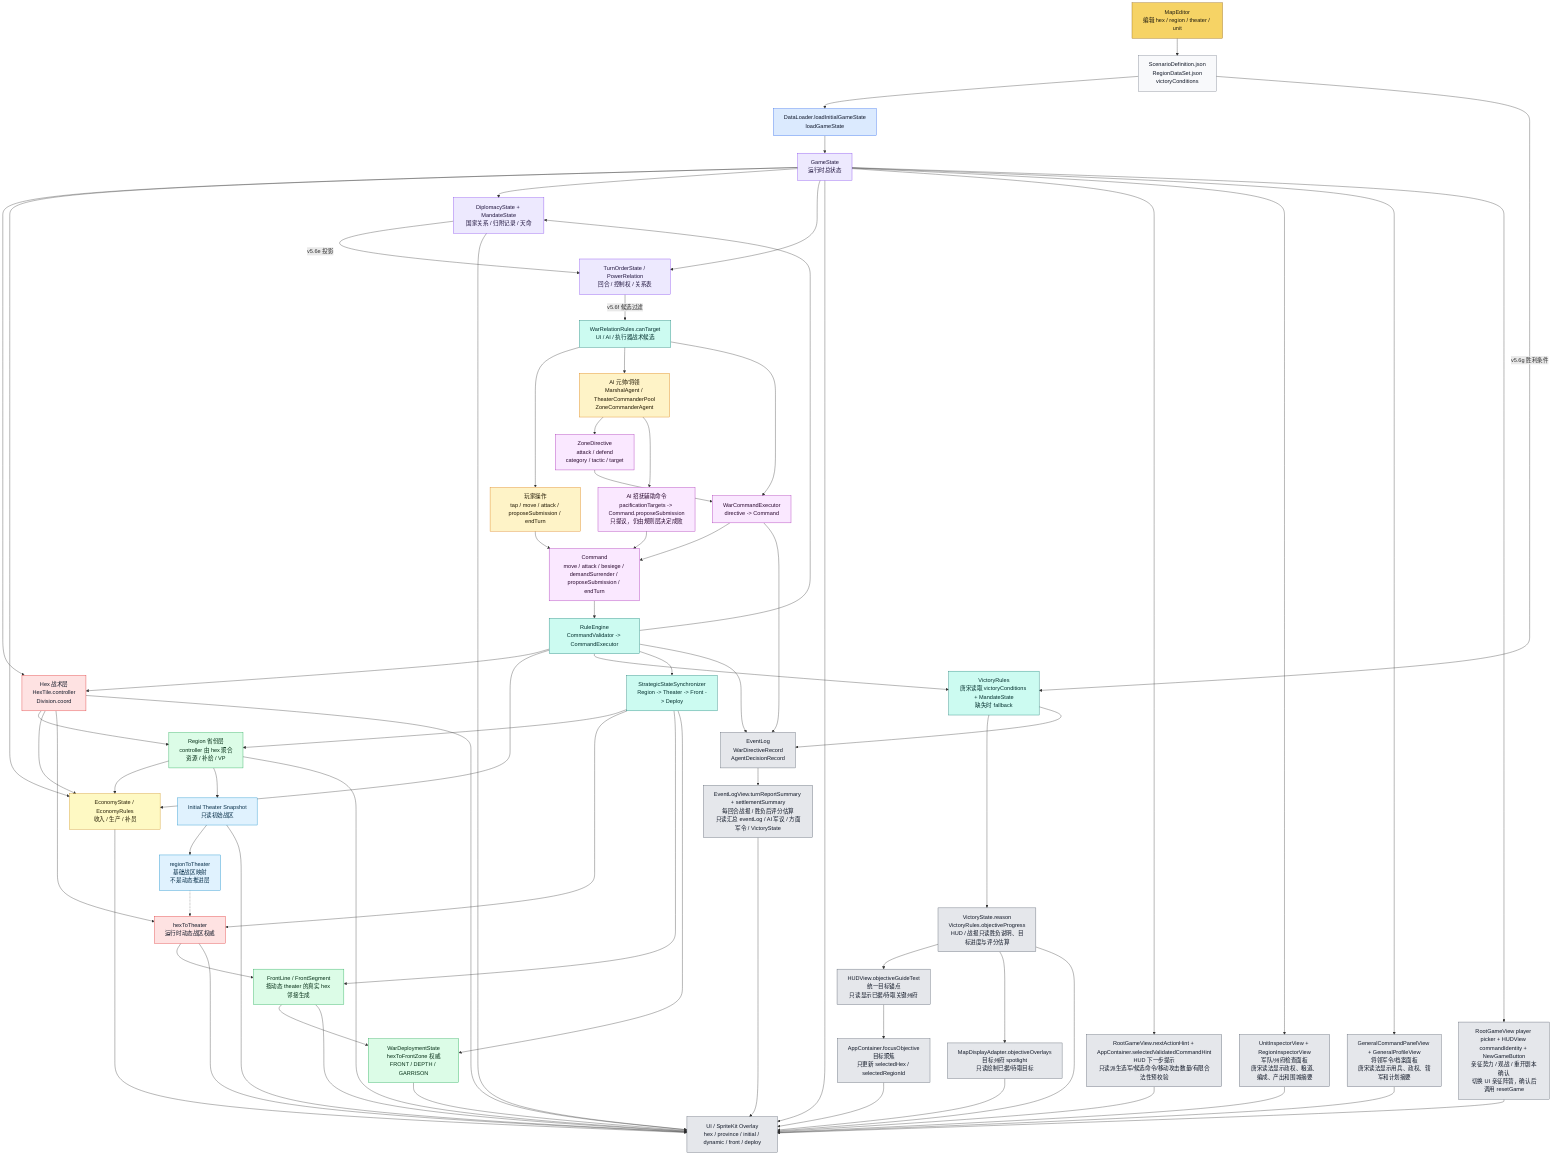
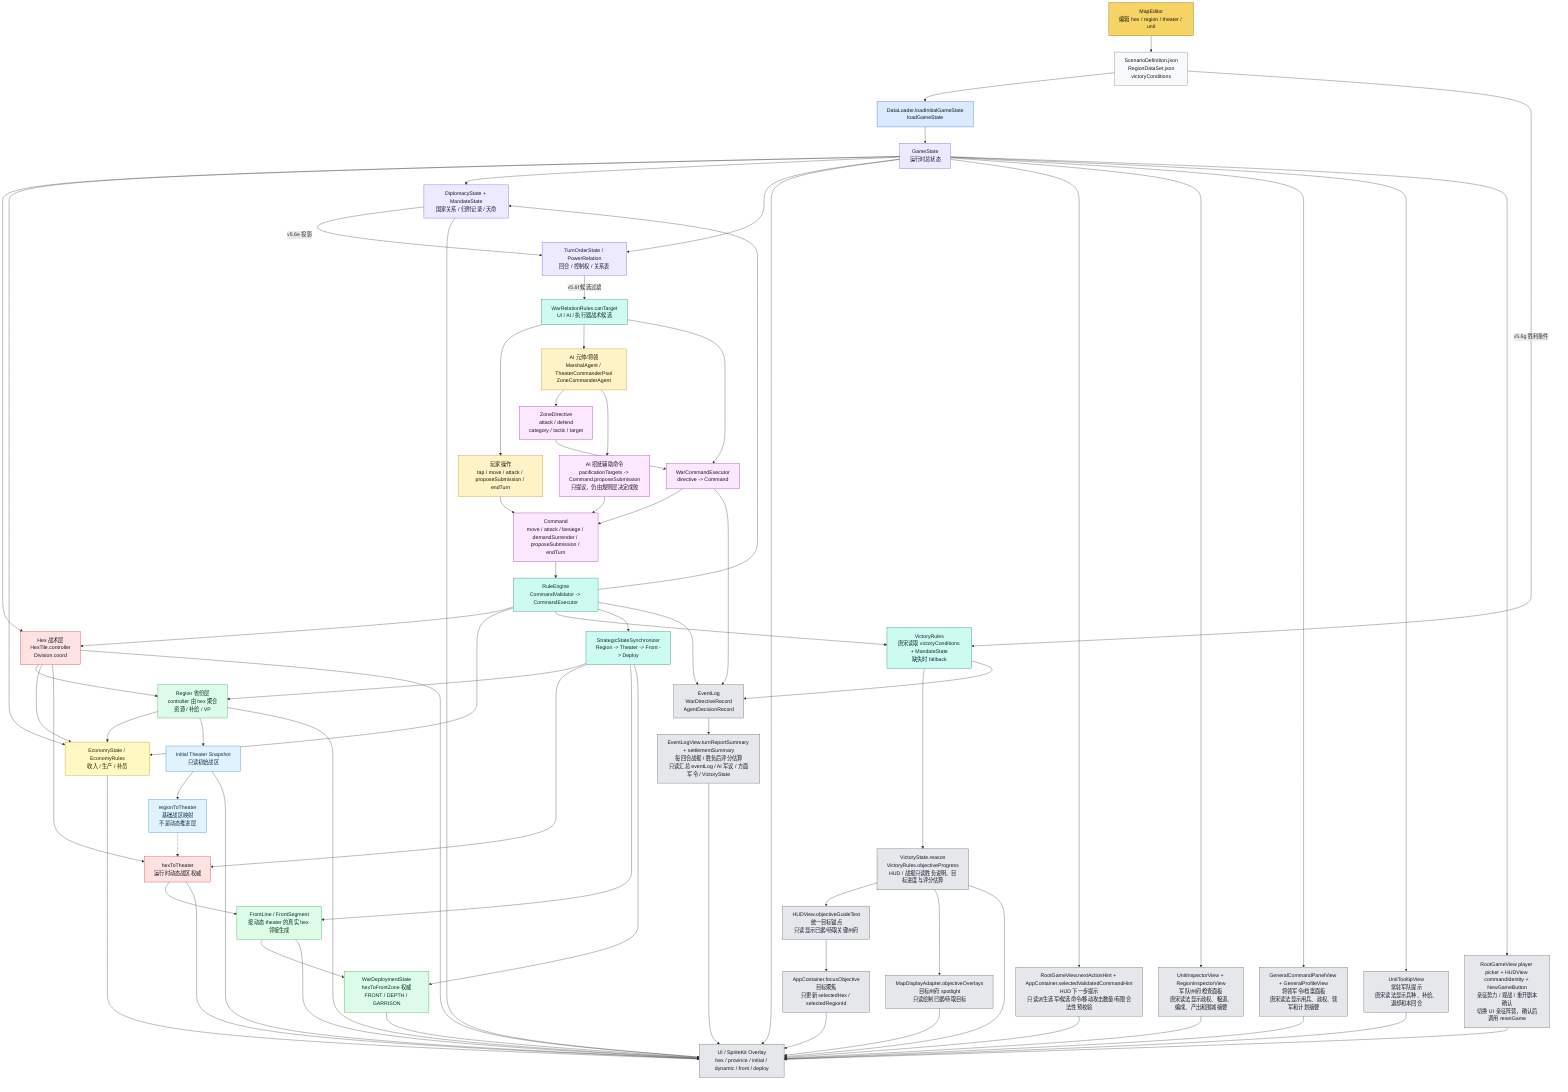
flowchart TD
    ME["MapEditor<br/>编辑 hex / region / theater / unit"]:::editor
    JSON["ScenarioDefinition.json<br/>RegionDataSet.json<br/>victoryConditions"]:::data
    DL["DataLoader.loadInitialGameState<br/>loadGameState"]:::loader
    GS["GameState<br/>运行时总状态"]:::state

    HEX["Hex 战术层<br/>HexTile.controller<br/>Division.coord"]:::authority
    REGION["Region 省份层<br/>controller 由 hex 聚合<br/>资源 / 补给 / VP"]:::derived
    INIT["Initial Theater Snapshot<br/>只读初始战区"]:::snapshot
    R2T["regionToTheater<br/>基础战区映射<br/>不是动态推进层"]:::snapshot
    H2T["hexToTheater<br/>运行时动态战区权威"]:::authority
    FRONT["FrontLine / FrontSegment<br/>按动态 theater 的真实 hex 邻接生成"]:::derived
    DEPLOY["WarDeploymentState<br/>hexToFrontZone 权威<br/>FRONT / DEPTH / GARRISON"]:::derived
    ECO["EconomyState / EconomyRules<br/>收入 / 生产 / 补员"]:::economy
    DIP["DiplomacyState + MandateState<br/>国家关系 / 归附记录 / 天命"]:::state
    TURN["TurnOrderState / PowerRelation<br/>回合 / 控制权 / 关系表"]:::state
    RELCAND["WarRelationRules.canTarget<br/>UI / AI / 执行器战术候选"]:::rules
    VICT["VictoryRules<br/>唐宋读取 victoryConditions + MandateState<br/>缺失时 fallback"]:::rules
    VICTEXT["VictoryState.reason<br/>VictoryRules.objectiveProgress<br/>HUD / 战报只读胜负说明、目标进度与评分估算"]:::ui
    GOAL["HUDView.objectiveGuideText<br/>统一目标锚点<br/>只读显示已据/待取关键州府"]:::ui
    FOCUS["AppContainer.focusObjective<br/>目标聚焦<br/>只更新 selectedHex / selectedRegionId"]:::ui
    SPOTLIGHT["MapDisplayAdapter.objectiveOverlays<br/>目标州府 spotlight<br/>只读绘制已据/待取目标"]:::ui
    TURNREPORT["EventLogView.turnReportSummary + settlementSummary<br/>每回合战报 / 胜负后评分估算<br/>只读汇总 eventLog / AI 军议 / 方面军令 / VictoryState"]:::ui
    SESSIONHUD["RootGameView player picker + HUDView commandIdentity + NewGameButton<br/>亲征势力 / 观战 / 重开剧本确认<br/>切换 UI 亲征阵营，确认后调用 resetGame"]:::ui
    HINT["RootGameView.nextActionHint + AppContainer.selectedValidatedCommandHint<br/>HUD 下一步提示<br/>只读派生选军/候选命令/移动攻击数量/有限合法性预校验"]:::ui
    INSPECT["UnitInspectorView + RegionInspectorView<br/>军队/州府检查面板<br/>唐宋读法显示政权、粮道、编成、产出和围城摘要"]:::ui
    GENPANELS["GeneralCommandPanelView + GeneralProfileView<br/>将领军令/档案面板<br/>唐宋读法显示用兵、政权、辖军和计划摘要"]:::ui
+     TOOLTIP["UnitTooltipView<br/>常驻军队提示<br/>唐宋读法显示兵种、补给、退却和本回合"]:::ui

    PLAYER["玩家操作<br/>tap / move / attack / proposeSubmission / endTurn"]:::input
    AI["AI 元帅/将领<br/>MarshalAgent / TheaterCommanderPool<br/>ZoneCommanderAgent"]:::input
    AIPAC["AI 招抚辅助命令<br/>pacificationTargets -> Command.proposeSubmission<br/>只提议，仍由规则层决定成败"]:::command
    ZD["ZoneDirective<br/>attack / defend<br/>category / tactic / target"]:::command
    WCE["WarCommandExecutor<br/>directive -> Command"]:::command
    CMD["Command<br/>move / attack / besiege / demandSurrender / proposeSubmission / endTurn"]:::command
    RE["RuleEngine<br/>CommandValidator -> CommandExecutor"]:::rules
    SYNC["StrategicStateSynchronizer<br/>Region -> Theater -> Front -> Deploy"]:::rules

    UI["UI / SpriteKit Overlay<br/>hex / province / initial / dynamic / front / deploy"]:::ui
    LOG["EventLog<br/>WarDirectiveRecord<br/>AgentDecisionRecord"]:::ui

    ME --> JSON --> DL --> GS
    GS --> HEX
    HEX --> REGION
    HEX --> ECO
    REGION --> ECO
    REGION --> INIT
    INIT --> R2T
    R2T -.-> H2T
    HEX --> H2T
    H2T --> FRONT --> DEPLOY
    GS --> ECO
    GS --> DIP
    GS --> TURN
    DIP -->|v5.6e 投影| TURN
    TURN -->|v5.6f 候选过滤| RELCAND
    JSON -->|v5.6g 胜利条件| VICT

    PLAYER --> CMD
    RELCAND --> PLAYER
    RELCAND --> AI
    RELCAND --> WCE
    AI --> ZD --> WCE --> CMD
    AI --> AIPAC --> CMD
    CMD --> RE --> HEX
    RE --> ECO
    RE --> DIP
    RE --> VICT
    RE --> SYNC
    SYNC --> REGION
    SYNC --> H2T
    SYNC --> FRONT
    SYNC --> DEPLOY

    GS --> UI
    GS --> HINT --> UI
    GS --> INSPECT --> UI
    GS --> GENPANELS --> UI
+     GS --> TOOLTIP --> UI
    GS --> SESSIONHUD --> UI
    VICTEXT --> GOAL --> FOCUS --> UI
    VICTEXT --> SPOTLIGHT --> UI
    HEX --> UI
    REGION --> UI
    INIT --> UI
    H2T --> UI
    FRONT --> UI
    DEPLOY --> UI
    ECO --> UI
    DIP --> UI
    VICT --> VICTEXT --> UI
    RE --> LOG
    VICT --> LOG
    WCE --> LOG
    LOG --> TURNREPORT --> UI

    classDef editor fill:#f6d365,stroke:#8a5a00,color:#1f1b10
    classDef data fill:#f8f9fb,stroke:#6b7280,color:#111827
    classDef loader fill:#dbeafe,stroke:#2563eb,color:#0f172a
    classDef state fill:#ede9fe,stroke:#7c3aed,color:#1f143d
    classDef authority fill:#fee2e2,stroke:#dc2626,color:#111827
    classDef derived fill:#dcfce7,stroke:#16a34a,color:#052e16
    classDef snapshot fill:#e0f2fe,stroke:#0284c7,color:#082f49
    classDef input fill:#fef3c7,stroke:#d97706,color:#1f1600
    classDef economy fill:#fef9c3,stroke:#ca8a04,color:#292107
    classDef command fill:#fae8ff,stroke:#a21caf,color:#2a0a2f
    classDef rules fill:#ccfbf1,stroke:#0f766e,color:#042f2e
    classDef ui fill:#e5e7eb,stroke:#4b5563,color:#111827
